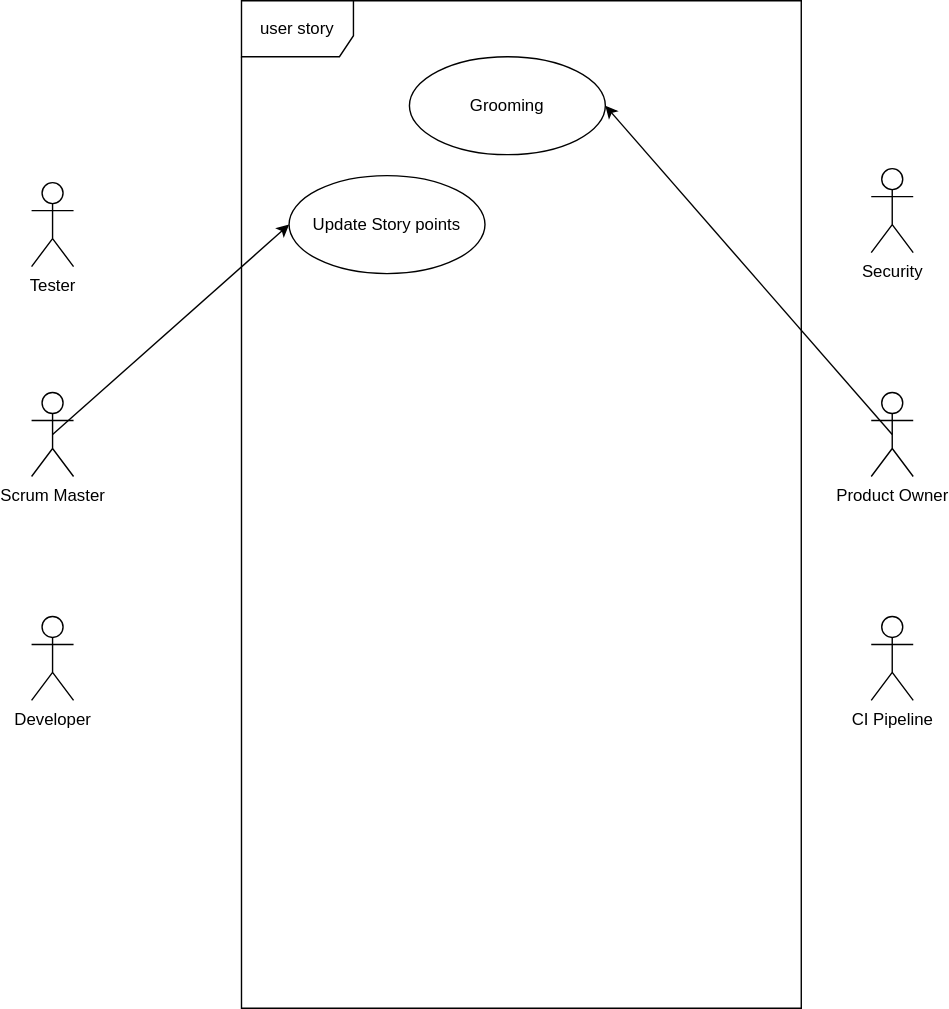
lmnaslimited/iyakkam keeps this draw.io diagram as lmnas-process/user-story-usecase.drawio.svg. Above is the earlier version. Source tidied: cells renumbered, new cells last; positions are measured from the earlier drawing's top-left corner, leaving out a move shared by most shapes. Source of this version:
```xml
<mxGraphModel>
  <root>
    <mxCell id="0" />
    <mxCell id="1" parent="0" />
    <mxCell id="2" value="user story" style="shape=umlFrame;whiteSpace=wrap;html=1;width=80;height=40;" parent="1" vertex="1">
      <mxGeometry x="150" width="400" height="720" as="geometry" />
    </mxCell>
    <mxCell id="3" style="edgeStyle=none;rounded=0;jettySize=auto;html=1;exitX=0.5;exitY=0.5;exitDx=0;exitDy=0;exitPerimeter=0;entryX=0;entryY=0.5;entryDx=0;entryDy=0;" parent="1" edge="1" source="4" target="12">
      <mxGeometry relative="1" as="geometry" />
    </mxCell>
    <mxCell id="4" value="Scrum Master" style="shape=umlActor;verticalLabelPosition=bottom;verticalAlign=top;html=1;" parent="1" vertex="1">
      <mxGeometry y="280" width="30" height="60" as="geometry" />
    </mxCell>
    <mxCell id="5" style="edgeStyle=none;rounded=0;jettySize=auto;html=1;exitX=0.5;exitY=0.5;exitDx=0;exitDy=0;exitPerimeter=0;entryX=1;entryY=0.5;entryDx=0;entryDy=0;" parent="1" edge="1" source="6" target="11">
      <mxGeometry relative="1" as="geometry" />
    </mxCell>
    <mxCell id="6" value="Product Owner" style="shape=umlActor;verticalLabelPosition=bottom;verticalAlign=top;html=1;" parent="1" vertex="1">
      <mxGeometry x="600" y="280" width="30" height="60" as="geometry" />
    </mxCell>
    <mxCell id="7" value="Developer" style="shape=umlActor;verticalLabelPosition=bottom;verticalAlign=top;html=1;" parent="1" vertex="1">
      <mxGeometry y="440" width="30" height="60" as="geometry" />
    </mxCell>
    <mxCell id="8" value="Tester" style="shape=umlActor;verticalLabelPosition=bottom;verticalAlign=top;html=1;" parent="1" vertex="1">
      <mxGeometry y="130" width="30" height="60" as="geometry" />
    </mxCell>
    <mxCell id="9" value="CI Pipeline" style="shape=umlActor;verticalLabelPosition=bottom;verticalAlign=top;html=1;" parent="1" vertex="1">
      <mxGeometry x="600" y="440" width="30" height="60" as="geometry" />
    </mxCell>
    <mxCell id="10" value="Security" style="shape=umlActor;verticalLabelPosition=bottom;verticalAlign=top;html=1;" parent="1" vertex="1">
      <mxGeometry x="600" y="120" width="30" height="60" as="geometry" />
    </mxCell>
    <mxCell id="11" value="Grooming" style="ellipse;whiteSpace=wrap;html=1;" parent="1" vertex="1">
      <mxGeometry x="270" y="40" width="140" height="70" as="geometry" />
    </mxCell>
    <mxCell id="12" value="Update Story points" style="ellipse;whiteSpace=wrap;html=1;" parent="1" vertex="1">
      <mxGeometry x="184" y="125" width="140" height="70" as="geometry" />
    </mxCell>
  </root>
</mxGraphModel>
```
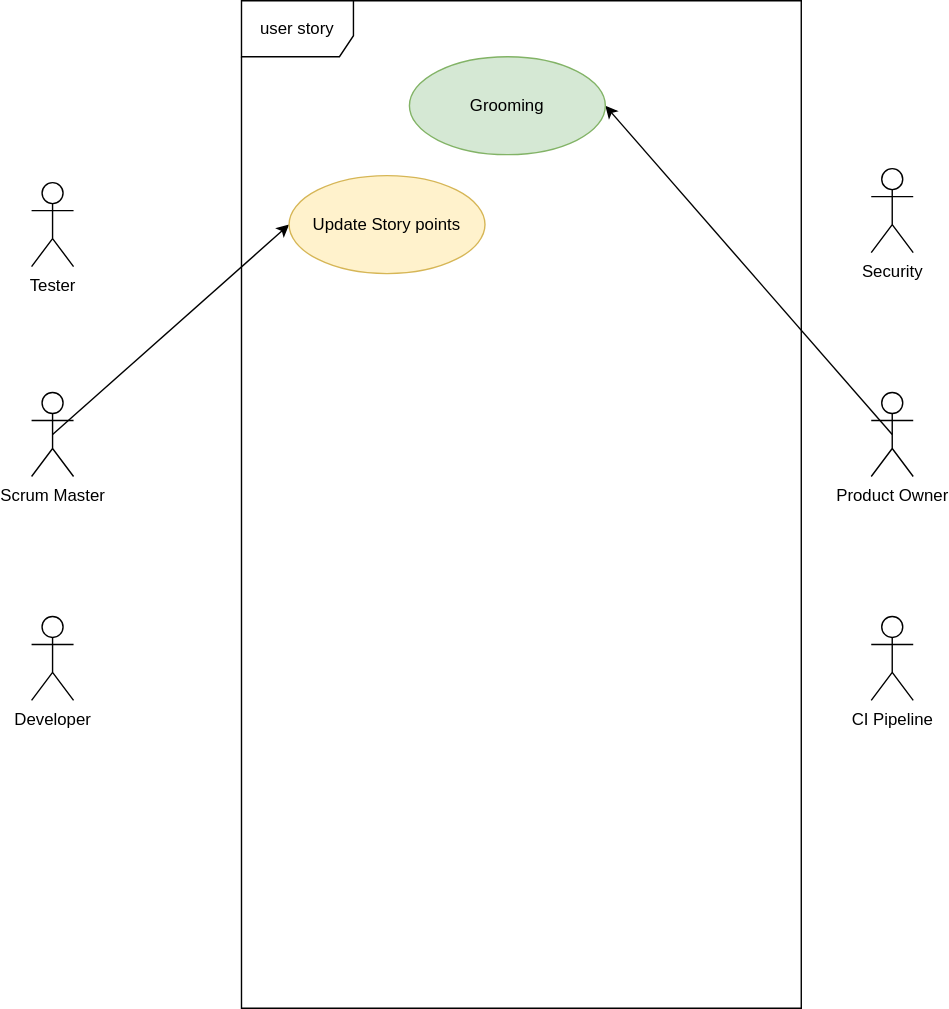
Later version of the same file.

The edit, as a diff of the source:
```diff
@@ -29,10 +29,10 @@
     <mxCell id="10" value="Security" style="shape=umlActor;verticalLabelPosition=bottom;verticalAlign=top;html=1;" parent="1" vertex="1">
       <mxGeometry x="600" y="120" width="30" height="60" as="geometry" />
     </mxCell>
-    <mxCell id="11" value="Grooming" style="ellipse;whiteSpace=wrap;html=1;" parent="1" vertex="1">
+    <mxCell id="11" value="Grooming" style="ellipse;whiteSpace=wrap;html=1;fillColor=#d5e8d4;strokeColor=#82b366;" parent="1" vertex="1">
       <mxGeometry x="270" y="40" width="140" height="70" as="geometry" />
     </mxCell>
-    <mxCell id="12" value="Update Story points" style="ellipse;whiteSpace=wrap;html=1;" parent="1" vertex="1">
+    <mxCell id="12" value="Update Story points" style="ellipse;whiteSpace=wrap;html=1;fillColor=#fff2cc;strokeColor=#d6b656;" parent="1" vertex="1">
       <mxGeometry x="184" y="125" width="140" height="70" as="geometry" />
     </mxCell>
   </root>
```
